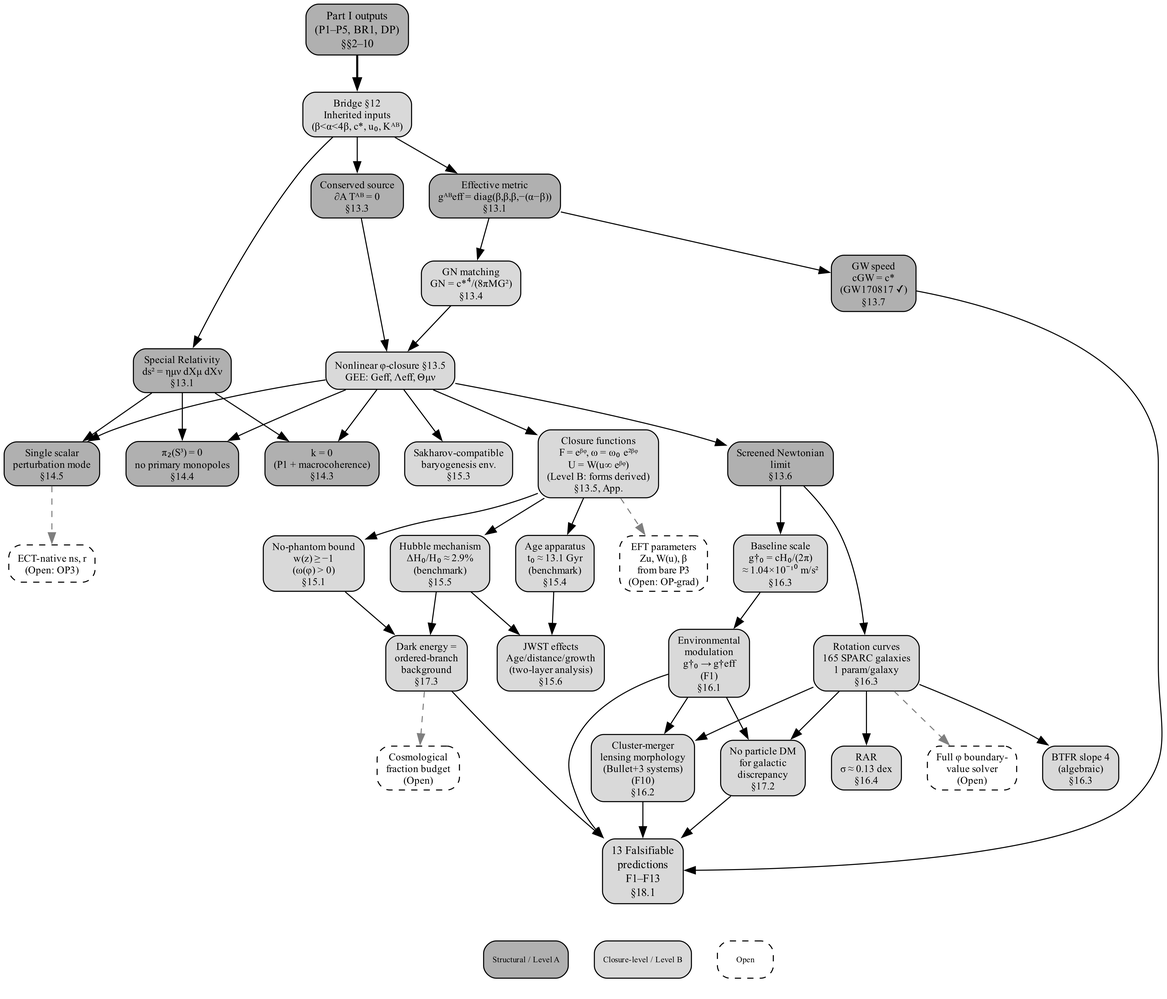
This is figures/fig_partII_derivation_logic.png from chufelo/ECT-preprint-code, a Graphviz export, as it was before one commit. Its source is kept beside it as fig_partII_derivation_logic.gv.
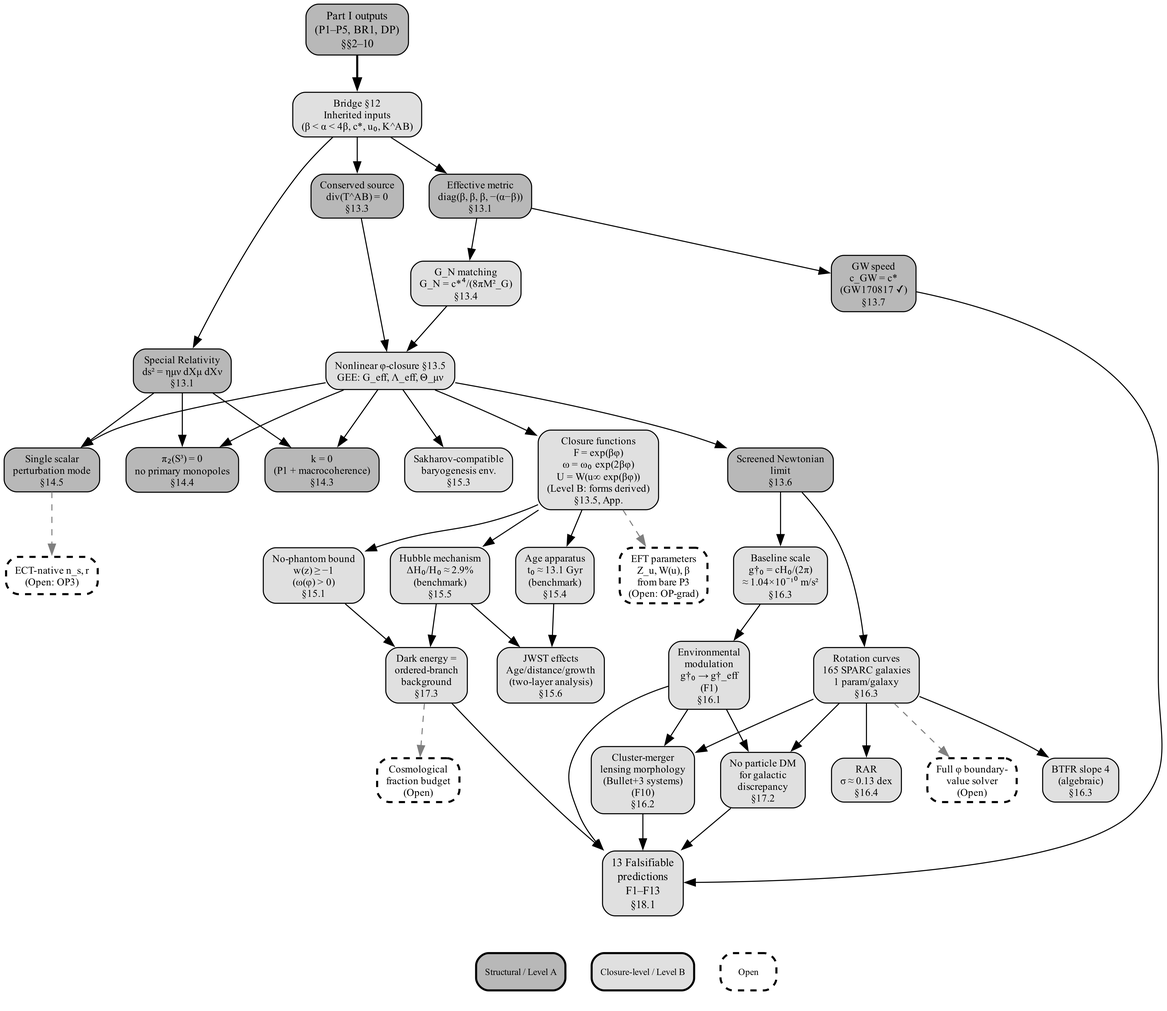
Above is the later version.

Commit message:
Fix both derivation logic figures: remove Part II from Part I, fix contrast + Unicode

Diff of the diagram source:
```diff
@@ -8,22 +8,22 @@
   ranksep=0.50;
   newrank=true;
 
-  node [fillcolor="#b0b0b0"];
+  node [fillcolor="#b8b8b8"];
   partI [label="Part I outputs\n(P1–P5, BR1, DP)\n§§2–10", fontsize=11];
   sr [label="Special Relativity\nds² = ημν dXμ dXν\n§13.1"];
-  metric [label="Effective metric\ngᴬᴮeff = diag(β,β,β,−(α−β))\n§13.1"];
-  source [label="Conserved source\n∂A Tᴬᴮ = 0\n§13.3"];
-  cgw [label="GW speed\ncGW = c*\n(GW170817 ✓)\n§13.7"];
+  metric [label="Effective metric\ndiag(β, β, β, −(α−β))\n§13.1"];
+  source [label="Conserved source\ndiv(T^AB) = 0\n§13.3"];
+  cgw [label="GW speed\nc_GW = c*\n(GW170817 ✓)\n§13.7"];
   weakfield [label="Screened Newtonian\nlimit\n§13.6"];
   flatness [label="k = 0\n(P1 + macrocoherence)\n§14.3"];
   monopole [label="π₂(S³) = 0\nno primary monopoles\n§14.4"];
   scalar_mode [label="Single scalar\nperturbation mode\n§14.5"];
 
-  node [fillcolor="#d9d9d9"];
-  bridge [label="Bridge §12\nInherited inputs\n(β<α<4β, c*, u₀, Kᴬᴮ)"];
-  GN [label="GN matching\nGN = c*⁴/(8πMG²)\n§13.4"];
-  closure [label="Nonlinear φ-closure §13.5\nGEE: Geff, Λeff, Θμν"];
-  closure_funcs [label="Closure functions\nF = eᵝᵠ, ω = ω₀ e²ᵝᵠ\nU = W(u∞ eᵝᵠ)\n(Level B: forms derived)\n§13.5, App."];
+  node [fillcolor="#e0e0e0"];
+  bridge [label="Bridge §12\nInherited inputs\n(β < α < 4β, c*, u₀, K^AB)"];
+  GN [label="G_N matching\nG_N = c*⁴/(8πM²_G)\n§13.4"];
+  closure [label="Nonlinear φ-closure §13.5\nGEE: G_eff, Λ_eff, Θ_μν"];
+  closure_funcs [label="Closure functions\nF = exp(βφ)\nω = ω₀ exp(2βφ)\nU = W(u∞ exp(βφ))\n(Level B: forms derived)\n§13.5, App."];
   nophantom [label="No-phantom bound\nw(z) ≥ −1\n(ω(φ) > 0)\n§15.1"];
   hubble [label="Hubble mechanism\nΔH₀/H₀ ≈ 2.9%\n(benchmark)\n§15.5"];
   jwst [label="JWST effects\nAge/distance/growth\n(two-layer analysis)\n§15.6"];
@@ -33,27 +33,23 @@
   btfr [label="BTFR slope 4\n(algebraic)\n§16.3"];
   rar [label="RAR\nσ ≈ 0.13 dex\n§16.4"];
   gdagger [label="Baseline scale\ng†₀ = cH₀/(2π)\n≈ 1.04×10⁻¹⁰ m/s²\n§16.3"];
-  envmod [label="Environmental\nmodulation\ng†₀ → g†eff\n(F1)\n§16.1"];
+  envmod [label="Environmental\nmodulation\ng†₀ → g†_eff\n(F1)\n§16.1"];
   cluster [label="Cluster-merger\nlensing morphology\n(Bullet+3 systems)\n(F10)\n§16.2"];
   darkDM [label="No particle DM\nfor galactic\ndiscrepancy\n§17.2"];
   darkDE [label="Dark energy =\nordered-branch\nbackground\n§17.3"];
   tests [label="13 Falsifiable\npredictions\nF1–F13\n§18.1", fontsize=11];
 
-  node [fillcolor="white", style="rounded,dashed"];
-  open_eft [label="EFT parameters\nZu, W(u), β\nfrom bare P3\n(Open: OP-grad)"];
-  open_ns [label="ECT-native ns, r\n(Open: OP3)"];
+  node [fillcolor="white", style="rounded,dashed", penwidth=2];
+  open_eft [label="EFT parameters\nZ_u, W(u), β\nfrom bare P3\n(Open: OP-grad)"];
+  open_ns [label="ECT-native n_s, r\n(Open: OP3)"];
   open_fractions [label="Cosmological\nfraction budget\n(Open)"];
   open_phi_bvp [label="Full φ boundary-\nvalue solver\n(Open)"];
 
   partI -> bridge [style=bold, penwidth=2];
-  bridge -> sr;
-  bridge -> metric;
-  bridge -> source;
-  metric -> GN;
-  metric -> cgw;
+  bridge -> sr; bridge -> metric; bridge -> source;
+  metric -> GN; metric -> cgw;
   {GN; source} -> closure;
-  closure -> closure_funcs;
-  closure -> weakfield;
+  closure -> closure_funcs; closure -> weakfield;
   weakfield -> rotcurves;
   {sr; closure} -> flatness;
   {sr; closure} -> monopole;
@@ -63,8 +59,7 @@
   closure_funcs -> age;
   {hubble; age} -> jwst;
   closure -> baryogenesis;
-  rotcurves -> btfr;
-  rotcurves -> rar;
+  rotcurves -> btfr; rotcurves -> rar;
   weakfield -> gdagger;
   gdagger -> envmod;
   {rotcurves; envmod} -> cluster;
@@ -77,12 +72,10 @@
   rotcurves -> open_phi_bvp [style=dashed, color=gray50];
 
   subgraph cluster_legend {
-    label="";
-    style=invis;
-    rank=sink;
-    leg_a [label="Structural / Level A", fillcolor="#b0b0b0", style="rounded,filled", fontsize=8, shape=box];
-    leg_b [label="Closure-level / Level B", fillcolor="#d9d9d9", style="rounded,filled", fontsize=8, shape=box];
-    leg_o [label="Open", fillcolor="white", style="rounded,dashed", fontsize=8, shape=box];
+    label=""; style=invis; rank=sink;
+    leg_a [label="Structural / Level A", fillcolor="#b8b8b8", style="rounded,filled", fontsize=9];
+    leg_b [label="Closure-level / Level B", fillcolor="#e0e0e0", style="rounded,filled", fontsize=9];
+    leg_o [label="Open", fillcolor="white", style="rounded,dashed", fontsize=9, penwidth=2];
     leg_a -> leg_b -> leg_o [style=invis];
     {rank=same; leg_a; leg_b; leg_o}
   }
```
